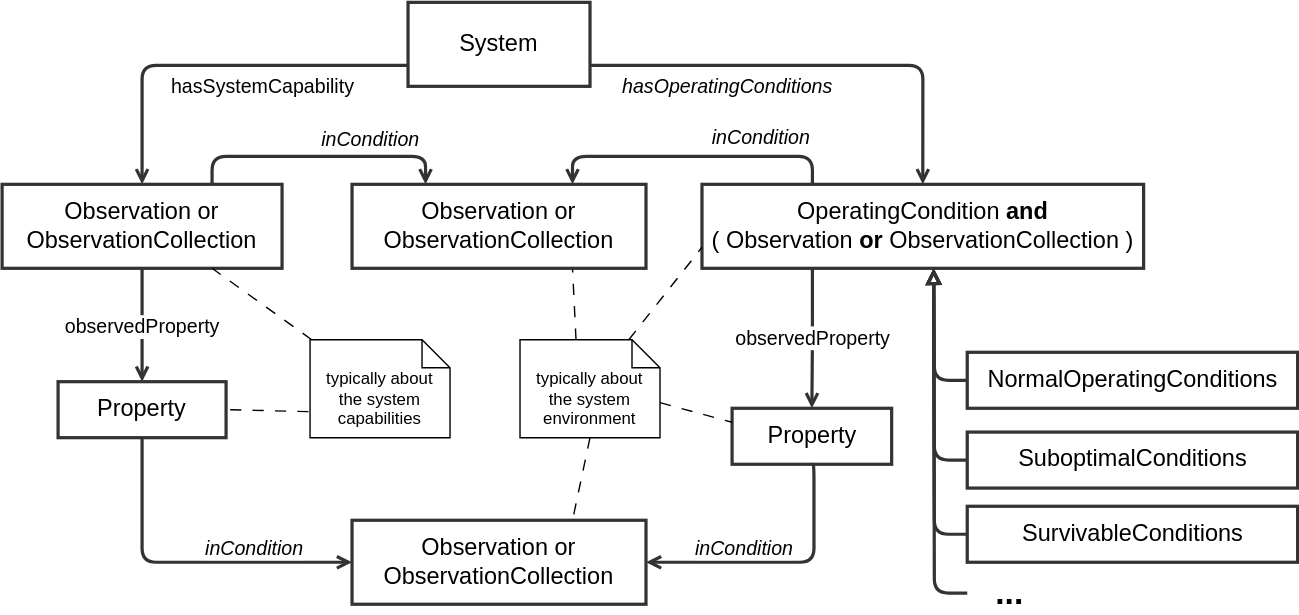
Earlier version of the draw.io export ssn/images/SSNSystem-overview.svg (afeliachi/sdw-sosa-ssn). Source tidied: cells renumbered, new cells last; positions are measured from the earlier drawing's top-left corner, leaving out a move shared by most shapes.
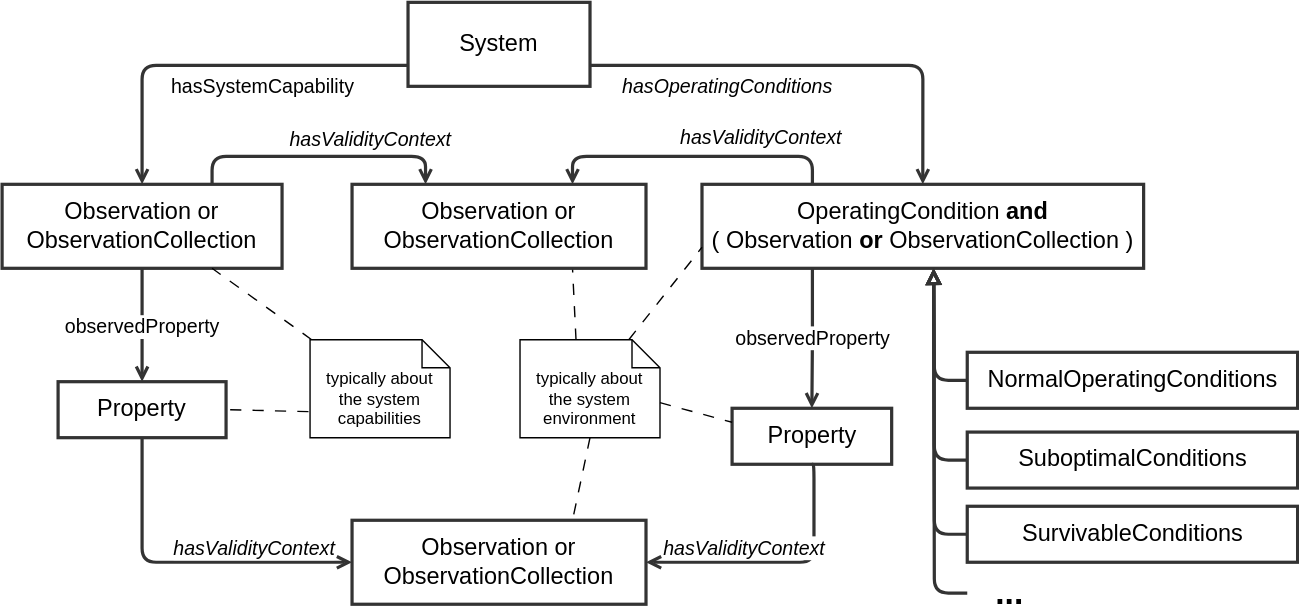
Above is the later version.

What changed in the source:
```diff
@@ -24,7 +24,7 @@
     <mxCell id="7" value="Observation or ObservationCollection" style="html=1;overflow=block;blockSpacing=1;whiteSpace=wrap;fontSize=16.8;align=center;spacing=0;strokeColor=#333333;fillColor=none;strokeWidth=2.3;" parent="1" vertex="1">
       <mxGeometry x="250" y="370" width="210" height="60" as="geometry" />
     </mxCell>
-    <mxCell id="8" value="inCondition" style="edgeStyle=orthogonalEdgeStyle;shape=connector;rounded=1;jettySize=auto;html=1;exitX=0.25;exitY=0;exitDx=0;exitDy=0;entryX=0.75;entryY=0;entryDx=0;entryDy=0;labelBackgroundColor=default;strokeColor=#333333;strokeWidth=2.3;align=center;verticalAlign=middle;fontFamily=Helvetica;fontSize=14;fontColor=default;startArrow=none;endArrow=open;fontStyle=2;" parent="1" edge="1" source="10" target="32">
+    <mxCell id="8" value="hasValidityContext" style="edgeStyle=orthogonalEdgeStyle;shape=connector;rounded=1;jettySize=auto;html=1;exitX=0.25;exitY=0;exitDx=0;exitDy=0;entryX=0.75;entryY=0;entryDx=0;entryDy=0;labelBackgroundColor=default;strokeColor=#333333;strokeWidth=2.3;align=center;verticalAlign=middle;fontFamily=Helvetica;fontSize=14;fontColor=default;startArrow=none;endArrow=open;fontStyle=2;" parent="1" edge="1" source="10" target="32">
       <mxGeometry x="-0.46" y="-13" relative="1" as="geometry" />
     </mxCell>
     <mxCell id="9" value="observedProperty" style="edgeStyle=orthogonalEdgeStyle;shape=connector;rounded=1;jettySize=auto;html=1;exitX=0.25;exitY=1;exitDx=0;exitDy=0;labelBackgroundColor=default;strokeColor=#333333;strokeWidth=2.3;align=center;verticalAlign=middle;fontFamily=Helvetica;fontSize=14;fontColor=default;startArrow=none;endArrow=open;" parent="1" edge="1" source="10" target="16">
@@ -58,7 +58,7 @@
     <mxCell id="17" style="rounded=0;jettySize=auto;html=1;entryX=0;entryY=0.25;entryDx=0;entryDy=0;dashed=1;dashPattern=8 8;endArrow=none;endFill=0;exitX=0;exitY=0;exitDx=100;exitDy=45;exitPerimeter=0;" parent="1" edge="1" source="14" target="16">
       <mxGeometry relative="1" as="geometry" />
     </mxCell>
-    <mxCell id="18" value="inCondition" style="edgeStyle=orthogonalEdgeStyle;shape=connector;rounded=1;jettySize=auto;html=1;entryX=1;entryY=0.5;entryDx=0;entryDy=0;labelBackgroundColor=default;strokeColor=#333333;strokeWidth=2.3;align=center;verticalAlign=middle;fontFamily=Helvetica;fontSize=14;fontColor=default;startArrow=none;endArrow=open;fontStyle=2;exitX=0.5;exitY=1;exitDx=0;exitDy=0;" parent="1" edge="1" source="16" target="7">
+    <mxCell id="18" value="hasValidityContext" style="edgeStyle=orthogonalEdgeStyle;shape=connector;rounded=1;jettySize=auto;html=1;entryX=1;entryY=0.5;entryDx=0;entryDy=0;labelBackgroundColor=default;strokeColor=#333333;strokeWidth=2.3;align=center;verticalAlign=middle;fontFamily=Helvetica;fontSize=14;fontColor=default;startArrow=none;endArrow=open;fontStyle=2;exitX=0.5;exitY=1;exitDx=0;exitDy=0;" parent="1" edge="1" source="16" target="7">
       <mxGeometry x="0.27" y="-10" relative="1" as="geometry">
         <Array as="points">
           <mxPoint x="580" y="330" />
@@ -69,7 +69,7 @@
     <mxCell id="19" value="observedProperty" style="edgeStyle=orthogonalEdgeStyle;shape=connector;rounded=1;jettySize=auto;html=1;exitX=0.5;exitY=1;exitDx=0;exitDy=0;labelBackgroundColor=default;strokeColor=#333333;strokeWidth=2.3;align=center;verticalAlign=middle;fontFamily=Helvetica;fontSize=14;fontColor=default;startArrow=none;endArrow=open;entryX=0.5;entryY=0;entryDx=0;entryDy=0;" parent="1" edge="1" source="2" target="21">
       <mxGeometry x="0.05" relative="1" as="geometry" />
     </mxCell>
-    <mxCell id="20" value="&lt;span style=&quot;color: rgb(0, 0, 0); font-family: Helvetica; font-size: 14px; font-style: italic; font-variant-ligatures: normal; font-variant-caps: normal; font-weight: 400; letter-spacing: normal; orphans: 2; text-align: center; text-indent: 0px; text-transform: none; widows: 2; word-spacing: 0px; -webkit-text-stroke-width: 0px; background-color: rgb(255, 255, 255); text-decoration-thickness: initial; text-decoration-style: initial; text-decoration-color: initial; float: none; display: inline !important;&quot;&gt;inCondition&lt;/span&gt;" style="edgeStyle=orthogonalEdgeStyle;shape=connector;rounded=1;jettySize=auto;html=1;exitX=0.5;exitY=1;exitDx=0;exitDy=0;labelBackgroundColor=default;strokeColor=#333333;strokeWidth=2.3;align=center;verticalAlign=middle;fontFamily=Helvetica;fontSize=14;fontColor=default;startArrow=none;endArrow=open;entryX=0;entryY=0.5;entryDx=0;entryDy=0;" parent="1" edge="1" source="21" target="7">
+    <mxCell id="20" value="&lt;span style=&quot;color: rgb(0, 0, 0); font-family: Helvetica; font-size: 14px; font-style: italic; font-variant-ligatures: normal; font-variant-caps: normal; font-weight: 400; letter-spacing: normal; orphans: 2; text-align: center; text-indent: 0px; text-transform: none; widows: 2; word-spacing: 0px; -webkit-text-stroke-width: 0px; background-color: rgb(255, 255, 255); text-decoration-thickness: initial; text-decoration-style: initial; text-decoration-color: initial; float: none; display: inline !important;&quot;&gt;hasValidityContext&lt;/span&gt;" style="edgeStyle=orthogonalEdgeStyle;shape=connector;rounded=1;jettySize=auto;html=1;exitX=0.5;exitY=1;exitDx=0;exitDy=0;labelBackgroundColor=default;strokeColor=#333333;strokeWidth=2.3;align=center;verticalAlign=middle;fontFamily=Helvetica;fontSize=14;fontColor=default;startArrow=none;endArrow=open;entryX=0;entryY=0.5;entryDx=0;entryDy=0;" parent="1" edge="1" source="21" target="7">
       <mxGeometry x="0.41" y="10" relative="1" as="geometry">
         <Array as="points">
           <mxPoint x="100" y="400" />
@@ -114,7 +114,7 @@
         <mxPoint x="665.5" y="190" as="targetPoint" />
       </mxGeometry>
     </mxCell>
-    <mxCell id="31" value="&lt;span style=&quot;color: rgb(0, 0, 0); font-family: Helvetica; font-size: 14px; font-style: italic; font-variant-ligatures: normal; font-variant-caps: normal; font-weight: 400; letter-spacing: normal; orphans: 2; text-align: center; text-indent: 0px; text-transform: none; widows: 2; word-spacing: 0px; -webkit-text-stroke-width: 0px; background-color: rgb(255, 255, 255); text-decoration-thickness: initial; text-decoration-style: initial; text-decoration-color: initial; float: none; display: inline !important;&quot;&gt;inCondition&lt;/span&gt;" style="edgeStyle=orthogonalEdgeStyle;shape=connector;rounded=1;jettySize=auto;html=1;exitX=0.75;exitY=0;exitDx=0;exitDy=0;labelBackgroundColor=default;strokeColor=#333333;strokeWidth=2.3;align=center;verticalAlign=middle;fontFamily=Helvetica;fontSize=14;fontColor=default;startArrow=none;endArrow=open;entryX=0.25;entryY=0;entryDx=0;entryDy=0;" parent="1" edge="1" source="2" target="32">
+    <mxCell id="31" value="&lt;span style=&quot;color: rgb(0, 0, 0); font-family: Helvetica; font-size: 14px; font-style: italic; font-variant-ligatures: normal; font-variant-caps: normal; font-weight: 400; letter-spacing: normal; orphans: 2; text-align: center; text-indent: 0px; text-transform: none; widows: 2; word-spacing: 0px; -webkit-text-stroke-width: 0px; background-color: rgb(255, 255, 255); text-decoration-thickness: initial; text-decoration-style: initial; text-decoration-color: initial; float: none; display: inline !important;&quot;&gt;hasValidityContext&lt;/span&gt;" style="edgeStyle=orthogonalEdgeStyle;shape=connector;rounded=1;jettySize=auto;html=1;exitX=0.75;exitY=0;exitDx=0;exitDy=0;labelBackgroundColor=default;strokeColor=#333333;strokeWidth=2.3;align=center;verticalAlign=middle;fontFamily=Helvetica;fontSize=14;fontColor=default;startArrow=none;endArrow=open;entryX=0.25;entryY=0;entryDx=0;entryDy=0;" parent="1" edge="1" source="2" target="32">
       <mxGeometry x="0.38" y="12" relative="1" as="geometry" />
     </mxCell>
     <mxCell id="32" value="Observation or ObservationCollection" style="html=1;overflow=block;blockSpacing=1;whiteSpace=wrap;fontSize=16.8;align=center;spacing=0;strokeColor=#333333;fillColor=none;strokeWidth=2.3;" parent="1" vertex="1">
```
